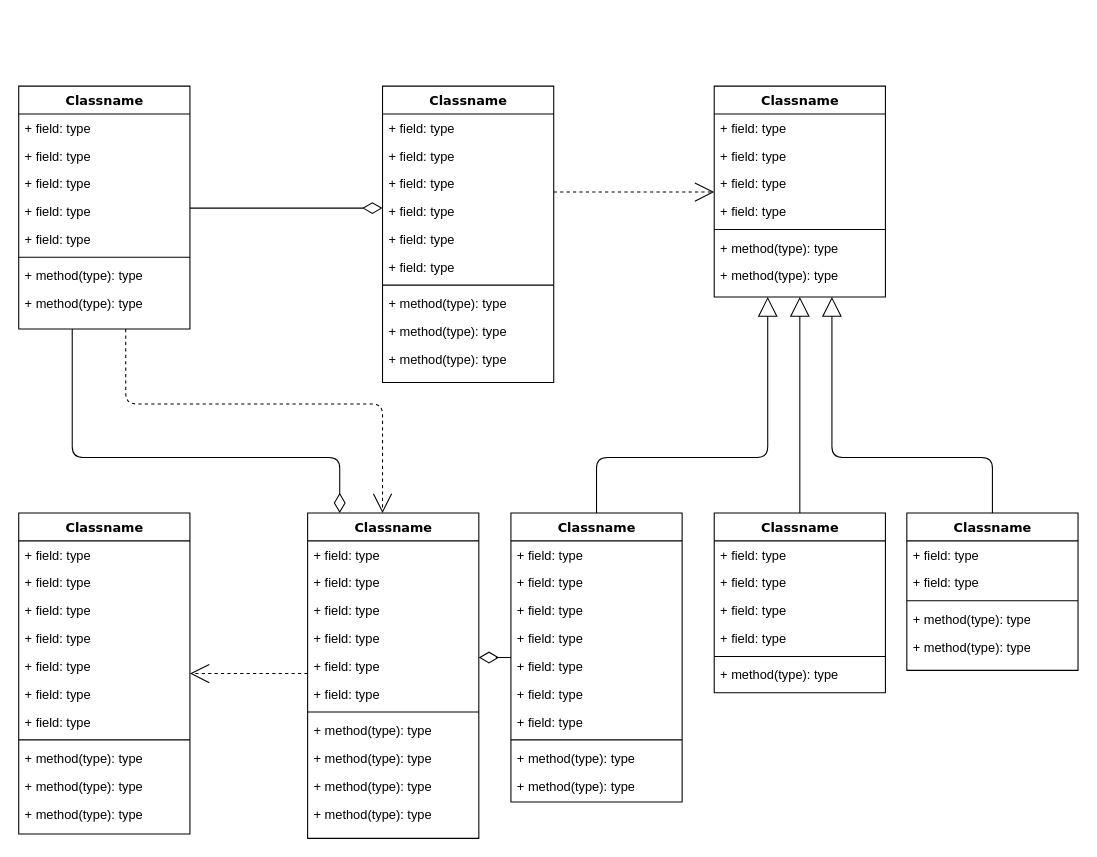
Above: Untitled Diagram.drawio in henriqlustosa/Base_Sistema_Isolamento (draw.io), before the change. Source tidied: cells renumbered, new cells numbered last; positions are measured from the earlier drawing's top-left corner, leaving out a move shared by most shapes. Both pictures are drawn from the tidied source at 107%, with x=0, y=0 at pixel (18, 86).
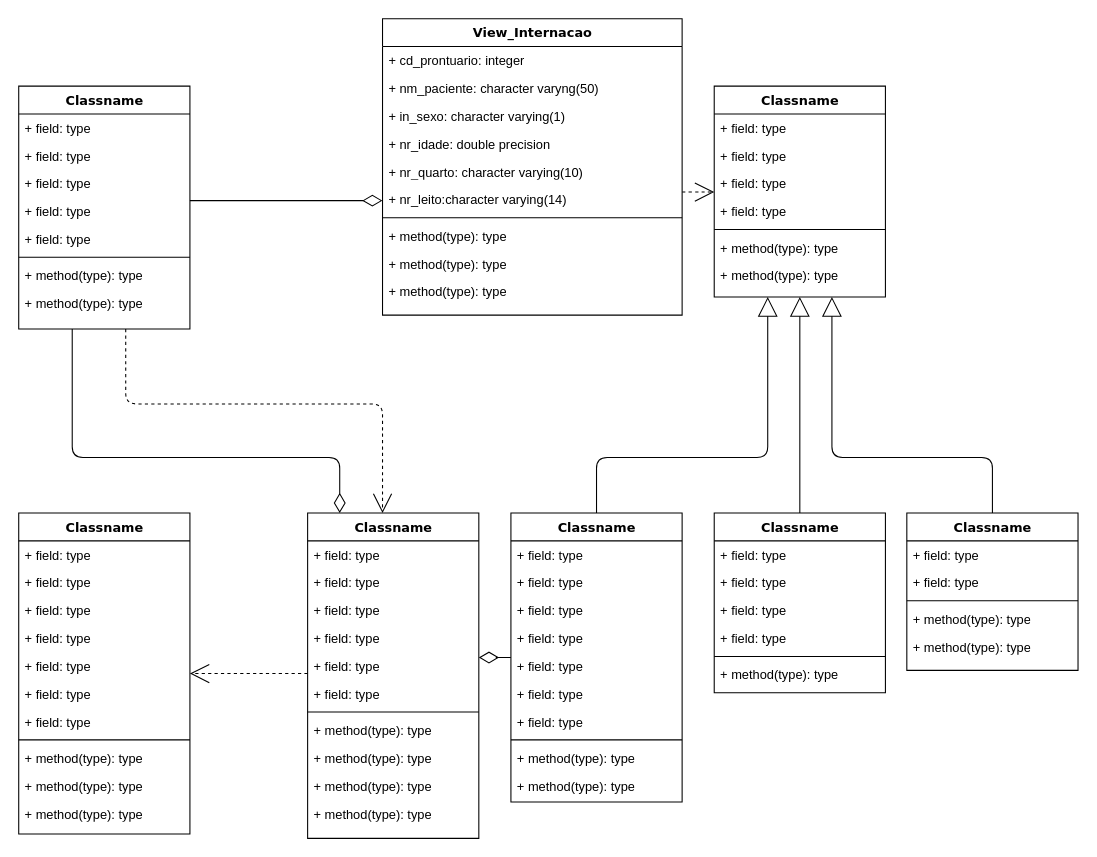
The same diagram, later.

Diff of the diagram source:
```diff
@@
-    <mxCell id="14" value="Classname" style="swimlane;html=1;fontStyle=1;align=center;verticalAlign=top;horizontal=1;startSize=26;swimlaneFillColor=#ffffff;rounded=0;shadow=0;comic=0;labelBackgroundColor=none;strokeWidth=1;fillColor=none;fontFamily=Verdana;fontSize=12;" parent="1" vertex="1">
-      <mxGeometry x="340" width="160" height="277" as="geometry" />
+    <mxCell id="14" value="View_Internacao" style="swimlane;html=1;fontStyle=1;align=center;verticalAlign=top;horizontal=1;startSize=26;swimlaneFillColor=#ffffff;rounded=0;shadow=0;comic=0;labelBackgroundColor=none;strokeWidth=1;fillColor=none;fontFamily=Verdana;fontSize=12;" parent="1" vertex="1">
+      <mxGeometry x="340" y="-63" width="280" height="277" as="geometry" />
     </mxCell>
-    <mxCell id="15" value="+ field: type" style="text;html=1;strokeColor=none;fillColor=none;align=left;verticalAlign=top;spacingLeft=4;spacingRight=4;whiteSpace=wrap;overflow=hidden;" parent="14" vertex="1">
-      <mxGeometry y="26" width="160" height="26" as="geometry" />
+    <mxCell id="15" value="+ cd_prontuario: integer" style="text;html=1;strokeColor=none;fillColor=none;align=left;verticalAlign=top;spacingLeft=4;spacingRight=4;whiteSpace=wrap;overflow=hidden;" parent="14" vertex="1">
+      <mxGeometry y="26" width="280" height="26" as="geometry" />
     </mxCell>
-    <mxCell id="16" value="+ field: type" style="text;html=1;strokeColor=none;fillColor=none;align=left;verticalAlign=top;spacingLeft=4;spacingRight=4;whiteSpace=wrap;overflow=hidden;" parent="14" vertex="1">
-      <mxGeometry y="52" width="160" height="26" as="geometry" />
+    <mxCell id="16" value="+ nm_paciente: character varyng(50)" style="text;html=1;strokeColor=none;fillColor=none;align=left;verticalAlign=top;spacingLeft=4;spacingRight=4;whiteSpace=wrap;overflow=hidden;" parent="14" vertex="1">
+      <mxGeometry y="52" width="280" height="26" as="geometry" />
     </mxCell>
-    <mxCell id="17" value="+ field: type" style="text;html=1;strokeColor=none;fillColor=none;align=left;verticalAlign=top;spacingLeft=4;spacingRight=4;whiteSpace=wrap;overflow=hidden;" parent="14" vertex="1">
-      <mxGeometry y="78" width="160" height="26" as="geometry" />
+    <mxCell id="17" value="+ in_sexo: character varying(1)" style="text;html=1;strokeColor=none;fillColor=none;align=left;verticalAlign=top;spacingLeft=4;spacingRight=4;whiteSpace=wrap;overflow=hidden;" parent="14" vertex="1">
+      <mxGeometry y="78" width="280" height="26" as="geometry" />
     </mxCell>
-    <mxCell id="18" value="+ field: type" style="text;html=1;strokeColor=none;fillColor=none;align=left;verticalAlign=top;spacingLeft=4;spacingRight=4;whiteSpace=wrap;overflow=hidden;" parent="14" vertex="1">
-      <mxGeometry y="104" width="160" height="26" as="geometry" />
+    <mxCell id="18" value="+ nr_idade: double precision" style="text;html=1;strokeColor=none;fillColor=none;align=left;verticalAlign=top;spacingLeft=4;spacingRight=4;whiteSpace=wrap;overflow=hidden;" parent="14" vertex="1">
+      <mxGeometry y="104" width="280" height="26" as="geometry" />
     </mxCell>
-    <mxCell id="19" value="+ field: type" style="text;html=1;strokeColor=none;fillColor=none;align=left;verticalAlign=top;spacingLeft=4;spacingRight=4;whiteSpace=wrap;overflow=hidden;" parent="14" vertex="1">
-      <mxGeometry y="130" width="160" height="26" as="geometry" />
+    <mxCell id="19" value="&lt;div&gt;+ nr_quarto: character varying(10)&lt;br&gt;&lt;/div&gt;" style="text;html=1;strokeColor=none;fillColor=none;align=left;verticalAlign=top;spacingLeft=4;spacingRight=4;whiteSpace=wrap;overflow=hidden;" parent="14" vertex="1">
+      <mxGeometry y="130" width="280" height="26" as="geometry" />
     </mxCell>
-    <mxCell id="20" value="+ field: type" style="text;html=1;strokeColor=none;fillColor=none;align=left;verticalAlign=top;spacingLeft=4;spacingRight=4;whiteSpace=wrap;overflow=hidden;" parent="14" vertex="1">
-      <mxGeometry y="156" width="160" height="26" as="geometry" />
+    <mxCell id="20" value="+ nr_leito:character varying(14)" style="text;html=1;strokeColor=none;fillColor=none;align=left;verticalAlign=top;spacingLeft=4;spacingRight=4;whiteSpace=wrap;overflow=hidden;" parent="14" vertex="1">
+      <mxGeometry y="156" width="280" height="26" as="geometry" />
     </mxCell>
     <mxCell id="21" style="line;html=1;strokeWidth=1;fillColor=none;align=left;verticalAlign=middle;spacingTop=-1;spacingLeft=3;spacingRight=3;labelPosition=right;" parent="14" vertex="1">
-      <mxGeometry y="182" width="160" height="8" as="geometry" />
+      <mxGeometry y="182" width="280" height="8" as="geometry" />
     </mxCell>
     <mxCell id="22" value="+ method(type): type" style="text;html=1;strokeColor=none;fillColor=none;align=left;verticalAlign=top;spacingLeft=4;spacingRight=4;whiteSpace=wrap;overflow=hidden;" parent="14" vertex="1">
-      <mxGeometry y="190" width="160" height="26" as="geometry" />
+      <mxGeometry y="190" width="280" height="26" as="geometry" />
     </mxCell>
     <mxCell id="23" value="+ method(type): type" style="text;html=1;strokeColor=none;fillColor=none;align=left;verticalAlign=top;spacingLeft=4;spacingRight=4;whiteSpace=wrap;overflow=hidden;" parent="14" vertex="1">
-      <mxGeometry y="216" width="160" height="26" as="geometry" />
+      <mxGeometry y="216" width="280" height="26" as="geometry" />
     </mxCell>
     <mxCell id="24" value="+ method(type): type" style="text;html=1;strokeColor=none;fillColor=none;align=left;verticalAlign=top;spacingLeft=4;spacingRight=4;whiteSpace=wrap;overflow=hidden;" parent="14" vertex="1">
-      <mxGeometry y="242" width="160" height="26" as="geometry" />
+      <mxGeometry y="242" width="280" height="28" as="geometry" />
     </mxCell>
```
